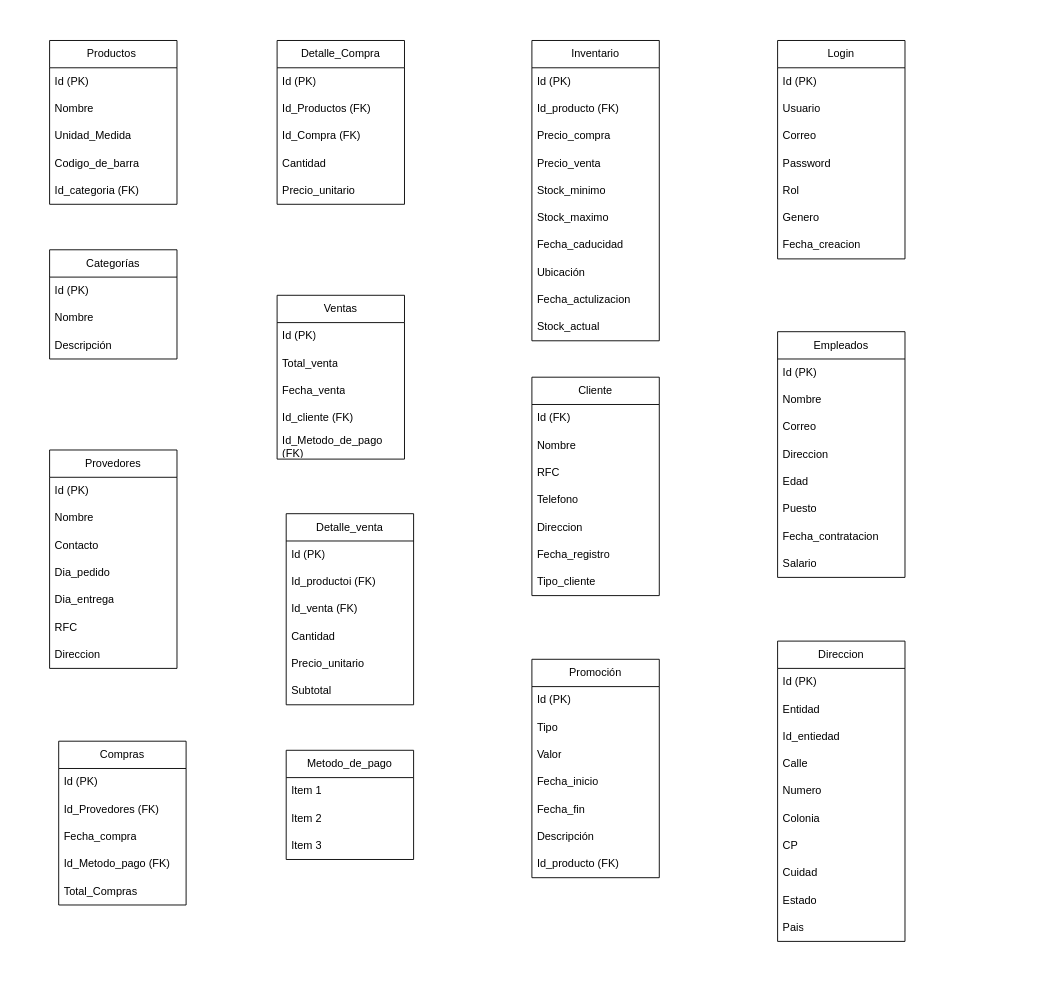
Above: Copia de Base De Datos Tienda.drawio in Dkimiko/Base-De-Datos-Diagrama (draw.io), before the change. Source tidied: cells renumbered, new cells numbered last; positions are measured from the earlier drawing's top-left corner, leaving out a move shared by most shapes. Both pictures are drawn from the tidied source at 91%, with x=0, y=0 at pixel (49, 40).
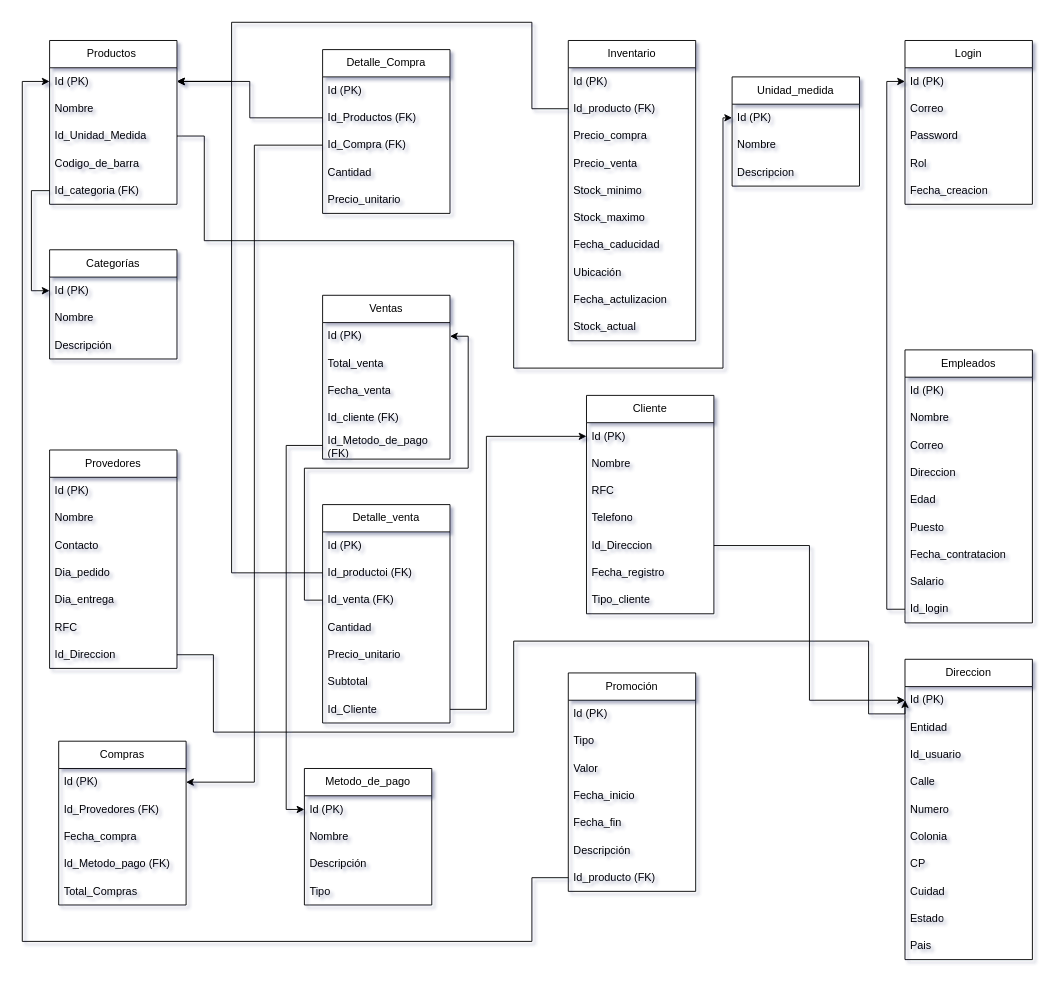
The same page after the edit.

The change refers to these unchanged cells:
```xml
<mxCell id="3" value="Id (PK)" style="text;strokeColor=none;fillColor=none;align=left;verticalAlign=middle;spacingLeft=4;spacingRight=4;overflow=hidden;points=[[0,0.5],[1,0.5]];portConstraint=eastwest;whiteSpace=wrap;html=1;" parent="2" vertex="1">
  <mxGeometry y="30" width="140" height="30" as="geometry" />
</mxCell>
<mxCell id="10" value="Id_Productos (FK)" style="text;strokeColor=none;fillColor=none;align=left;verticalAlign=middle;spacingLeft=4;spacingRight=4;overflow=hidden;points=[[0,0.5],[1,0.5]];portConstraint=eastwest;whiteSpace=wrap;html=1;" parent="8" vertex="1">
  <mxGeometry y="60" width="140" height="30" as="geometry" />
</mxCell>
<mxCell id="11" value="Id_Compra (FK)" style="text;strokeColor=none;fillColor=none;align=left;verticalAlign=middle;spacingLeft=4;spacingRight=4;overflow=hidden;points=[[0,0.5],[1,0.5]];portConstraint=eastwest;whiteSpace=wrap;html=1;" parent="8" vertex="1">
  <mxGeometry y="90" width="140" height="30" as="geometry" />
</mxCell>
<mxCell id="14" value="Productos&amp;nbsp;" style="swimlane;fontStyle=0;horizontal=1;startSize=30;whiteSpace=wrap;html=1;" parent="1" vertex="1">
  <mxGeometry width="140" height="180" as="geometry" />
</mxCell>
<mxCell id="15" value="Id (PK)" style="text;strokeColor=none;fillColor=none;align=left;verticalAlign=middle;spacingLeft=4;spacingRight=4;overflow=hidden;points=[[0,0.5],[1,0.5]];portConstraint=eastwest;whiteSpace=wrap;html=1;" parent="14" vertex="1">
  <mxGeometry y="30" width="140" height="30" as="geometry" />
</mxCell>
<mxCell id="19" value="Id_categoria (FK)" style="text;strokeColor=none;fillColor=none;align=left;verticalAlign=middle;spacingLeft=4;spacingRight=4;overflow=hidden;points=[[0,0.5],[1,0.5]];portConstraint=eastwest;whiteSpace=wrap;html=1;" parent="14" vertex="1">
  <mxGeometry y="150" width="140" height="30" as="geometry" />
</mxCell>
<mxCell id="21" value="Id (PK)" style="text;strokeColor=none;fillColor=none;align=left;verticalAlign=middle;spacingLeft=4;spacingRight=4;overflow=hidden;points=[[0,0.5],[1,0.5]];portConstraint=eastwest;whiteSpace=wrap;html=1;" parent="20" vertex="1">
  <mxGeometry y="30" width="140" height="30" as="geometry" />
</mxCell>
<mxCell id="24" value="Provedores" style="swimlane;fontStyle=0;horizontal=1;startSize=30;whiteSpace=wrap;html=1;" parent="1" vertex="1">
  <mxGeometry y="450" width="140" height="240" as="geometry" />
</mxCell>
<mxCell id="33" value="Id (PK)" style="text;strokeColor=none;fillColor=none;align=left;verticalAlign=middle;spacingLeft=4;spacingRight=4;overflow=hidden;points=[[0,0.5],[1,0.5]];portConstraint=eastwest;whiteSpace=wrap;html=1;" parent="32" vertex="1">
  <mxGeometry y="30" width="140" height="30" as="geometry" />
</mxCell>
<mxCell id="37" value="Id_Metodo_de_pago (FK)" style="text;strokeColor=none;fillColor=none;align=left;verticalAlign=middle;spacingLeft=4;spacingRight=4;overflow=hidden;points=[[0,0.5],[1,0.5]];portConstraint=eastwest;whiteSpace=wrap;html=1;" parent="32" vertex="1">
  <mxGeometry y="150" width="140" height="30" as="geometry" />
</mxCell>
<mxCell id="40" value="Id_productoi (FK)" style="text;strokeColor=none;fillColor=none;align=left;verticalAlign=middle;spacingLeft=4;spacingRight=4;overflow=hidden;points=[[0,0.5],[1,0.5]];portConstraint=eastwest;whiteSpace=wrap;html=1;" parent="38" vertex="1">
  <mxGeometry y="60" width="140" height="30" as="geometry" />
</mxCell>
<mxCell id="41" value="Id_venta (FK)" style="text;strokeColor=none;fillColor=none;align=left;verticalAlign=middle;spacingLeft=4;spacingRight=4;overflow=hidden;points=[[0,0.5],[1,0.5]];portConstraint=eastwest;whiteSpace=wrap;html=1;" parent="38" vertex="1">
  <mxGeometry y="90" width="140" height="30" as="geometry" />
</mxCell>
<mxCell id="47" value="Id_producto (FK)" style="text;strokeColor=none;fillColor=none;align=left;verticalAlign=middle;spacingLeft=4;spacingRight=4;overflow=hidden;points=[[0,0.5],[1,0.5]];portConstraint=eastwest;whiteSpace=wrap;html=1;" parent="45" vertex="1">
  <mxGeometry y="60" width="140" height="30" as="geometry" />
</mxCell>
<mxCell id="74" value="Id (PK)" style="text;strokeColor=none;fillColor=none;align=left;verticalAlign=middle;spacingLeft=4;spacingRight=4;overflow=hidden;points=[[0,0.5],[1,0.5]];portConstraint=eastwest;whiteSpace=wrap;html=1;" parent="73" vertex="1">
  <mxGeometry y="30" width="140" height="30" as="geometry" />
</mxCell>
<mxCell id="88" value="Id_producto (FK)" style="text;strokeColor=none;fillColor=none;align=left;verticalAlign=middle;spacingLeft=4;spacingRight=4;overflow=hidden;points=[[0,0.5],[1,0.5]];portConstraint=eastwest;whiteSpace=wrap;html=1;" parent="81" vertex="1">
  <mxGeometry y="210" width="140" height="30" as="geometry" />
</mxCell>
<mxCell id="90" value="Id (PK)" style="text;strokeColor=none;fillColor=none;align=left;verticalAlign=middle;spacingLeft=4;spacingRight=4;overflow=hidden;points=[[0,0.5],[1,0.5]];portConstraint=eastwest;whiteSpace=wrap;html=1;" parent="89" vertex="1">
  <mxGeometry y="30" width="140" height="30" as="geometry" />
</mxCell>
```

Diff of the diagram source:
```diff
@@
-<mxGraphModel>
+<mxGraphModel shadow="1">
@@
     <mxCell id="8" value="Detalle_Compra" style="swimlane;fontStyle=0;horizontal=1;startSize=30;whiteSpace=wrap;html=1;" parent="1" vertex="1">
-      <mxGeometry x="250" width="140" height="180" as="geometry" />
+      <mxGeometry x="300" y="10" width="140" height="180" as="geometry" />
     </mxCell>
@@
-    <mxCell id="17" value="Unidad_Medida" style="text;strokeColor=none;fillColor=none;align=left;verticalAlign=middle;spacingLeft=4;spacingRight=4;overflow=hidden;points=[[0,0.5],[1,0.5]];portConstraint=eastwest;whiteSpace=wrap;html=1;" parent="14" vertex="1">
+    <mxCell id="17" value="Id_Unidad_Medida" style="text;strokeColor=none;fillColor=none;align=left;verticalAlign=middle;spacingLeft=4;spacingRight=4;overflow=hidden;points=[[0,0.5],[1,0.5]];portConstraint=eastwest;whiteSpace=wrap;html=1;" parent="14" vertex="1">
       <mxGeometry y="90" width="140" height="30" as="geometry" />
     </mxCell>
@@
-    <mxCell id="31" value="Direccion" style="text;strokeColor=none;fillColor=none;align=left;verticalAlign=middle;spacingLeft=4;spacingRight=4;overflow=hidden;points=[[0,0.5],[1,0.5]];portConstraint=eastwest;whiteSpace=wrap;html=1;" parent="24" vertex="1">
+    <mxCell id="31" value="Id_Direccion" style="text;strokeColor=none;fillColor=none;align=left;verticalAlign=middle;spacingLeft=4;spacingRight=4;overflow=hidden;points=[[0,0.5],[1,0.5]];portConstraint=eastwest;whiteSpace=wrap;html=1;" parent="24" vertex="1">
       <mxGeometry y="210" width="140" height="30" as="geometry" />
     </mxCell>
     <mxCell id="32" value="Ventas" style="swimlane;fontStyle=0;horizontal=1;startSize=30;whiteSpace=wrap;html=1;" parent="1" vertex="1">
-      <mxGeometry x="250" y="280" width="140" height="180" as="geometry" />
+      <mxGeometry x="300" y="280" width="140" height="180" as="geometry" />
     </mxCell>
@@
     <mxCell id="38" value="Detalle_venta" style="swimlane;fontStyle=0;horizontal=1;startSize=30;whiteSpace=wrap;html=1;" parent="1" vertex="1">
-      <mxGeometry x="260" y="520" width="140" height="210" as="geometry" />
+      <mxGeometry x="300" y="510" width="140" height="240" as="geometry" />
     </mxCell>
@@
+    <mxCell id="104" value="Id_Cliente" style="text;strokeColor=none;fillColor=none;align=left;verticalAlign=middle;spacingLeft=4;spacingRight=4;overflow=hidden;points=[[0,0.5],[1,0.5]];portConstraint=eastwest;whiteSpace=wrap;html=1;" parent="38" vertex="1">
+      <mxGeometry y="210" width="140" height="30" as="geometry" />
+    </mxCell>
     <mxCell id="45" value="Inventario" style="swimlane;fontStyle=0;horizontal=1;startSize=30;whiteSpace=wrap;html=1;" parent="1" vertex="1">
-      <mxGeometry x="530" width="140" height="330" as="geometry" />
+      <mxGeometry x="570" width="140" height="330" as="geometry" />
     </mxCell>
@@
     <mxCell id="56" value="Cliente" style="swimlane;fontStyle=0;horizontal=1;startSize=30;whiteSpace=wrap;html=1;" parent="1" vertex="1">
-      <mxGeometry x="530" y="370" width="140" height="240" as="geometry" />
+      <mxGeometry x="590" y="390" width="140" height="240" as="geometry" />
     </mxCell>
-    <mxCell id="57" value="Id (FK)" style="text;strokeColor=none;fillColor=none;align=left;verticalAlign=middle;spacingLeft=4;spacingRight=4;overflow=hidden;points=[[0,0.5],[1,0.5]];portConstraint=eastwest;whiteSpace=wrap;html=1;" parent="56" vertex="1">
+    <mxCell id="57" value="Id (PK)" style="text;strokeColor=none;fillColor=none;align=left;verticalAlign=middle;spacingLeft=4;spacingRight=4;overflow=hidden;points=[[0,0.5],[1,0.5]];portConstraint=eastwest;whiteSpace=wrap;html=1;" parent="56" vertex="1">
       <mxGeometry y="30" width="140" height="30" as="geometry" />
     </mxCell>
@@
-    <mxCell id="61" value="Direccion" style="text;strokeColor=none;fillColor=none;align=left;verticalAlign=middle;spacingLeft=4;spacingRight=4;overflow=hidden;points=[[0,0.5],[1,0.5]];portConstraint=eastwest;whiteSpace=wrap;html=1;" parent="56" vertex="1">
+    <mxCell id="61" value="Id_Direccion" style="text;strokeColor=none;fillColor=none;align=left;verticalAlign=middle;spacingLeft=4;spacingRight=4;overflow=hidden;points=[[0,0.5],[1,0.5]];portConstraint=eastwest;whiteSpace=wrap;html=1;" parent="56" vertex="1">
       <mxGeometry y="150" width="140" height="30" as="geometry" />
     </mxCell>
@@
     <mxCell id="64" value="Empleados" style="swimlane;fontStyle=0;horizontal=1;startSize=30;whiteSpace=wrap;html=1;" parent="1" vertex="1">
-      <mxGeometry x="800" y="320" width="140" height="270" as="geometry" />
+      <mxGeometry x="940" y="340" width="140" height="300" as="geometry" />
     </mxCell>
@@
+    <mxCell id="105" value="Id_login" style="text;strokeColor=none;fillColor=none;align=left;verticalAlign=middle;spacingLeft=4;spacingRight=4;overflow=hidden;points=[[0,0.5],[1,0.5]];portConstraint=eastwest;whiteSpace=wrap;html=1;" parent="64" vertex="1">
+      <mxGeometry y="270" width="140" height="30" as="geometry" />
+    </mxCell>
     <mxCell id="73" value="Login" style="swimlane;fontStyle=0;horizontal=1;startSize=30;whiteSpace=wrap;html=1;" parent="1" vertex="1">
-      <mxGeometry x="800" width="140" height="240" as="geometry" />
+      <mxGeometry x="940" width="140" height="180" as="geometry" />
     </mxCell>
@@
-    <mxCell id="75" value="Usuario" style="text;strokeColor=none;fillColor=none;align=left;verticalAlign=middle;spacingLeft=4;spacingRight=4;overflow=hidden;whiteSpace=wrap;html=1;" parent="73" vertex="1">
-      <mxGeometry y="60" width="140" height="30" as="geometry" />
-    </mxCell>
     <mxCell id="76" value="Correo" style="text;strokeColor=none;fillColor=none;align=left;verticalAlign=middle;spacingLeft=4;spacingRight=4;overflow=hidden;whiteSpace=wrap;html=1;" parent="73" vertex="1">
-      <mxGeometry y="90" width="140" height="30" as="geometry" />
+      <mxGeometry y="60" width="140" height="30" as="geometry" />
     </mxCell>
     <mxCell id="77" value="Password" style="text;strokeColor=none;fillColor=none;align=left;verticalAlign=middle;spacingLeft=4;spacingRight=4;overflow=hidden;whiteSpace=wrap;html=1;" parent="73" vertex="1">
-      <mxGeometry y="120" width="140" height="30" as="geometry" />
+      <mxGeometry y="90" width="140" height="30" as="geometry" />
     </mxCell>
     <mxCell id="78" value="Rol" style="text;strokeColor=none;fillColor=none;align=left;verticalAlign=middle;spacingLeft=4;spacingRight=4;overflow=hidden;whiteSpace=wrap;html=1;" parent="73" vertex="1">
-      <mxGeometry y="150" width="140" height="30" as="geometry" />
+      <mxGeometry y="120" width="140" height="30" as="geometry" />
     </mxCell>
-    <mxCell id="79" value="Genero" style="text;strokeColor=none;fillColor=none;align=left;verticalAlign=middle;spacingLeft=4;spacingRight=4;overflow=hidden;whiteSpace=wrap;html=1;" parent="73" vertex="1">
-      <mxGeometry y="180" width="140" height="30" as="geometry" />
-    </mxCell>
     <mxCell id="80" value="Fecha_creacion" style="text;strokeColor=none;fillColor=none;align=left;verticalAlign=middle;spacingLeft=4;spacingRight=4;overflow=hidden;whiteSpace=wrap;html=1;" parent="73" vertex="1">
-      <mxGeometry y="210" width="140" height="30" as="geometry" />
+      <mxGeometry y="150" width="140" height="30" as="geometry" />
     </mxCell>
     <mxCell id="81" value="Promoción" style="swimlane;fontStyle=0;horizontal=1;startSize=30;whiteSpace=wrap;html=1;" parent="1" vertex="1">
-      <mxGeometry x="530" y="680" width="140" height="240" as="geometry" />
+      <mxGeometry x="570" y="695" width="140" height="240" as="geometry" />
     </mxCell>
@@
     <mxCell id="89" value="Direccion" style="swimlane;fontStyle=0;horizontal=1;startSize=30;whiteSpace=wrap;html=1;" parent="1" vertex="1">
-      <mxGeometry x="800" y="660" width="140" height="330" as="geometry" />
+      <mxGeometry x="940" y="680" width="140" height="330" as="geometry" />
     </mxCell>
@@
-    <mxCell id="92" value="Id_entiedad" style="text;strokeColor=none;fillColor=none;align=left;verticalAlign=middle;spacingLeft=4;spacingRight=4;overflow=hidden;whiteSpace=wrap;html=1;" parent="89" vertex="1">
+    <mxCell id="92" value="Id_usuario" style="text;strokeColor=none;fillColor=none;align=left;verticalAlign=middle;spacingLeft=4;spacingRight=4;overflow=hidden;whiteSpace=wrap;html=1;" parent="89" vertex="1">
       <mxGeometry y="90" width="140" height="30" as="geometry" />
     </mxCell>
@@
     <mxCell id="100" value="Metodo_de_pago" style="swimlane;fontStyle=0;horizontal=1;startSize=30;whiteSpace=wrap;html=1;" parent="1" vertex="1">
-      <mxGeometry x="260" y="780" width="140" height="120" as="geometry" />
+      <mxGeometry x="280" y="800" width="140" height="150" as="geometry" />
     </mxCell>
-    <mxCell id="101" value="Item 1" style="text;strokeColor=none;fillColor=none;align=left;verticalAlign=middle;spacingLeft=4;spacingRight=4;overflow=hidden;points=[[0,0.5],[1,0.5]];portConstraint=eastwest;whiteSpace=wrap;html=1;" parent="100" vertex="1">
+    <mxCell id="101" value="Id (PK)" style="text;strokeColor=none;fillColor=none;align=left;verticalAlign=middle;spacingLeft=4;spacingRight=4;overflow=hidden;points=[[0,0.5],[1,0.5]];portConstraint=eastwest;whiteSpace=wrap;html=1;" parent="100" vertex="1">
       <mxGeometry y="30" width="140" height="30" as="geometry" />
     </mxCell>
-    <mxCell id="102" value="Item 2" style="text;strokeColor=none;fillColor=none;align=left;verticalAlign=middle;spacingLeft=4;spacingRight=4;overflow=hidden;whiteSpace=wrap;html=1;" parent="100" vertex="1">
+    <mxCell id="102" value="Nombre" style="text;strokeColor=none;fillColor=none;align=left;verticalAlign=middle;spacingLeft=4;spacingRight=4;overflow=hidden;whiteSpace=wrap;html=1;" parent="100" vertex="1">
       <mxGeometry y="60" width="140" height="30" as="geometry" />
     </mxCell>
-    <mxCell id="103" value="Item 3" style="text;strokeColor=none;fillColor=none;align=left;verticalAlign=middle;spacingLeft=4;spacingRight=4;overflow=hidden;whiteSpace=wrap;html=1;" parent="100" vertex="1">
+    <mxCell id="103" value="Descripción" style="text;strokeColor=none;fillColor=none;align=left;verticalAlign=middle;spacingLeft=4;spacingRight=4;overflow=hidden;whiteSpace=wrap;html=1;" parent="100" vertex="1">
       <mxGeometry y="90" width="140" height="30" as="geometry" />
     </mxCell>
+    <mxCell id="106" value="Tipo" style="text;strokeColor=none;fillColor=none;align=left;verticalAlign=middle;spacingLeft=4;spacingRight=4;overflow=hidden;whiteSpace=wrap;html=1;" parent="100" vertex="1">
+      <mxGeometry y="120" width="140" height="30" as="geometry" />
+    </mxCell>
+    <mxCell id="107" style="edgeStyle=orthogonalEdgeStyle;rounded=0;jettySize=auto;html=1;entryX=0;entryY=0.5;entryDx=0;entryDy=0;" parent="1" edge="1" source="19" target="21">
+      <mxGeometry relative="1" as="geometry" />
+    </mxCell>
+    <mxCell id="108" style="edgeStyle=orthogonalEdgeStyle;rounded=0;jettySize=auto;html=1;entryX=1;entryY=0.5;entryDx=0;entryDy=0;" parent="1" edge="1" source="10" target="15">
+      <mxGeometry relative="1" as="geometry" />
+    </mxCell>
+    <mxCell id="109" style="edgeStyle=orthogonalEdgeStyle;rounded=0;jettySize=auto;html=1;entryX=1;entryY=0.5;entryDx=0;entryDy=0;" parent="1" edge="1" source="11" target="3">
+      <mxGeometry relative="1" as="geometry" />
+    </mxCell>
+    <mxCell id="110" style="edgeStyle=orthogonalEdgeStyle;rounded=0;jettySize=auto;html=1;entryX=0;entryY=0.5;entryDx=0;entryDy=0;" parent="1" edge="1" source="37" target="101">
+      <mxGeometry relative="1" as="geometry" />
+    </mxCell>
+    <mxCell id="111" style="edgeStyle=orthogonalEdgeStyle;rounded=0;jettySize=auto;html=1;" parent="1" edge="1" source="40" target="15">
+      <mxGeometry relative="1" as="geometry">
+        <Array as="points">
+          <mxPoint x="200" y="585" />
+          <mxPoint x="200" y="45" />
+        </Array>
+      </mxGeometry>
+    </mxCell>
+    <mxCell id="112" style="edgeStyle=orthogonalEdgeStyle;rounded=0;jettySize=auto;html=1;entryX=1;entryY=0.5;entryDx=0;entryDy=0;" parent="1" edge="1" source="41" target="33">
+      <mxGeometry relative="1" as="geometry" />
+    </mxCell>
+    <mxCell id="113" style="edgeStyle=orthogonalEdgeStyle;rounded=0;jettySize=auto;html=1;" parent="1" edge="1" source="47" target="15">
+      <mxGeometry relative="1" as="geometry">
+        <Array as="points">
+          <mxPoint x="530" y="75" />
+          <mxPoint x="530" y="-20" />
+          <mxPoint x="200" y="-20" />
+          <mxPoint x="200" y="45" />
+        </Array>
+      </mxGeometry>
+    </mxCell>
+    <mxCell id="114" style="edgeStyle=orthogonalEdgeStyle;rounded=0;jettySize=auto;html=1;entryX=0;entryY=0.5;entryDx=0;entryDy=0;" parent="1" edge="1" source="88" target="15">
+      <mxGeometry relative="1" as="geometry">
+        <Array as="points">
+          <mxPoint x="530" y="920" />
+          <mxPoint x="530" y="990" />
+          <mxPoint x="-30" y="990" />
+          <mxPoint x="-30" y="45" />
+        </Array>
+      </mxGeometry>
+    </mxCell>
+    <mxCell id="115" style="edgeStyle=orthogonalEdgeStyle;rounded=0;jettySize=auto;html=1;entryX=0;entryY=0.5;entryDx=0;entryDy=0;" parent="1" edge="1" source="105" target="74">
+      <mxGeometry relative="1" as="geometry" />
+    </mxCell>
+    <mxCell id="116" style="edgeStyle=orthogonalEdgeStyle;rounded=0;jettySize=auto;html=1;entryX=0;entryY=0.5;entryDx=0;entryDy=0;" parent="1" edge="1" source="31" target="90">
+      <mxGeometry relative="1" as="geometry">
+        <Array as="points">
+          <mxPoint x="180" y="675" />
+          <mxPoint x="180" y="760" />
+          <mxPoint x="510" y="760" />
+          <mxPoint x="510" y="660" />
+          <mxPoint x="900" y="660" />
+          <mxPoint x="900" y="740" />
+        </Array>
+      </mxGeometry>
+    </mxCell>
+    <mxCell id="117" style="edgeStyle=orthogonalEdgeStyle;rounded=0;jettySize=auto;html=1;" parent="1" edge="1" source="104" target="57">
+      <mxGeometry relative="1" as="geometry">
+        <Array as="points">
+          <mxPoint x="480" y="735" />
+          <mxPoint x="480" y="435" />
+        </Array>
+      </mxGeometry>
+    </mxCell>
+    <mxCell id="118" style="edgeStyle=orthogonalEdgeStyle;rounded=0;jettySize=auto;html=1;entryX=0;entryY=0.5;entryDx=0;entryDy=0;" parent="1" edge="1" source="61" target="90">
+      <mxGeometry relative="1" as="geometry" />
+    </mxCell>
+    <mxCell id="119" value="Unidad_medida" style="swimlane;fontStyle=0;horizontal=1;startSize=30;whiteSpace=wrap;html=1;" parent="1" vertex="1">
+      <mxGeometry x="750" y="40" width="140" height="120" as="geometry" />
+    </mxCell>
+    <mxCell id="120" value="Id (PK)" style="text;strokeColor=none;fillColor=none;align=left;verticalAlign=middle;spacingLeft=4;spacingRight=4;overflow=hidden;points=[[0,0.5],[1,0.5]];portConstraint=eastwest;whiteSpace=wrap;html=1;" parent="119" vertex="1">
+      <mxGeometry y="30" width="140" height="30" as="geometry" />
+    </mxCell>
+    <mxCell id="121" value="Nombre" style="text;strokeColor=none;fillColor=none;align=left;verticalAlign=middle;spacingLeft=4;spacingRight=4;overflow=hidden;whiteSpace=wrap;html=1;" parent="119" vertex="1">
+      <mxGeometry y="60" width="140" height="30" as="geometry" />
+    </mxCell>
+    <mxCell id="122" value="Descripcion" style="text;strokeColor=none;fillColor=none;align=left;verticalAlign=middle;spacingLeft=4;spacingRight=4;overflow=hidden;whiteSpace=wrap;html=1;" parent="119" vertex="1">
+      <mxGeometry y="90" width="140" height="30" as="geometry" />
+    </mxCell>
+    <mxCell id="123" style="edgeStyle=orthogonalEdgeStyle;rounded=0;jettySize=auto;html=1;entryX=0;entryY=0.5;entryDx=0;entryDy=0;" parent="1" edge="1" source="17" target="120">
+      <mxGeometry relative="1" as="geometry">
+        <Array as="points">
+          <mxPoint x="170" y="105" />
+          <mxPoint x="170" y="220" />
+          <mxPoint x="510" y="220" />
+          <mxPoint x="510" y="360" />
+          <mxPoint x="740" y="360" />
+          <mxPoint x="740" y="85" />
+        </Array>
+      </mxGeometry>
+    </mxCell>
```
